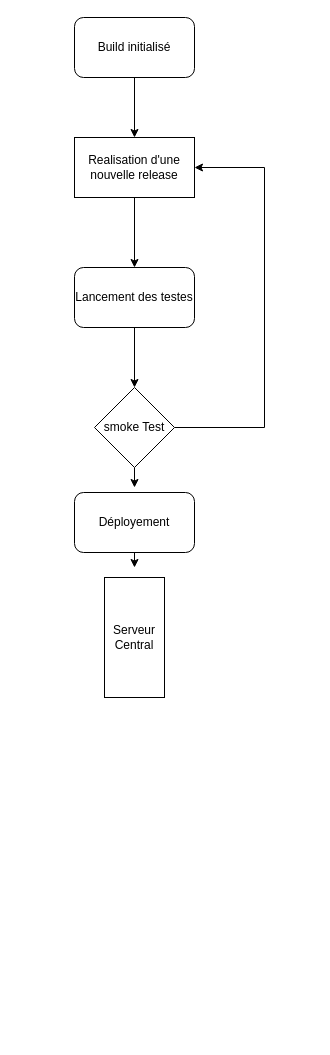
Earlier version of the draw.io diagram BuildExam.drawio (Devetik/Diagrammes). Source tidied: cells renumbered, new cells numbered last; positions are measured from the earlier drawing's top-left corner, leaving out a move shared by most shapes. Both pictures are drawn from the tidied source at 100%, with x=0, y=0 at pixel (74, 17).
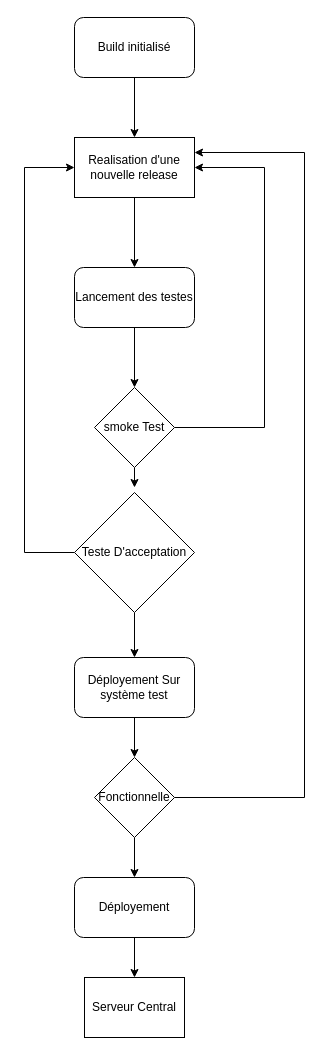
The same diagram, later.

Unchanged cells that the change refers to:
```xml
<mxCell id="6" value="Realisation d'une nouvelle release" style="rounded=0;whiteSpace=wrap;html=1;" parent="1" vertex="1">
  <mxGeometry y="120" width="120" height="60" as="geometry" />
</mxCell>
```

Diff of the diagram source:
```diff
@@
     <mxCell id="2" value="Serveur Central" style="rounded=0;whiteSpace=wrap;html=1;direction=south;" parent="1" vertex="1">
-      <mxGeometry x="30" y="560" width="60" height="120" as="geometry" />
+      <mxGeometry x="10" y="960" width="100" height="60" as="geometry" />
     </mxCell>
@@
-    <mxCell id="12" style="edgeStyle=orthogonalEdgeStyle;rounded=0;jettySize=auto;html=1;exitX=0.5;exitY=1;exitDx=0;exitDy=0;" parent="1" edge="1" source="13">
-      <mxGeometry relative="1" as="geometry">
-        <mxPoint x="60" y="550" as="targetPoint" />
-      </mxGeometry>
-    </mxCell>
+    <mxCell id="14" style="edgeStyle=orthogonalEdgeStyle;rounded=0;jettySize=auto;html=1;entryX=0.5;entryY=0;entryDx=0;entryDy=0;endArrow=classic;endFill=1;" parent="1" edge="1" source="13" target="20">
+      <mxGeometry relative="1" as="geometry" />
+    </mxCell>
-    <mxCell id="13" value="Déployement" style="rounded=1;whiteSpace=wrap;html=1;" parent="1" vertex="1">
-      <mxGeometry y="475" width="120" height="60" as="geometry" />
+    <mxCell id="13" value="Déployement Sur système test" style="rounded=1;whiteSpace=wrap;html=1;" parent="1" vertex="1">
+      <mxGeometry y="640" width="120" height="60" as="geometry" />
     </mxCell>
+    <mxCell id="15" style="edgeStyle=orthogonalEdgeStyle;rounded=0;jettySize=auto;html=1;" parent="1" edge="1" source="17" target="13">
+      <mxGeometry relative="1" as="geometry" />
+    </mxCell>
+    <mxCell id="16" style="edgeStyle=orthogonalEdgeStyle;rounded=0;jettySize=auto;html=1;entryX=0;entryY=0.5;entryDx=0;entryDy=0;endArrow=classic;endFill=1;" parent="1" edge="1" source="17" target="6">
+      <mxGeometry relative="1" as="geometry">
+        <Array as="points">
+          <mxPoint x="-50" y="535" />
+          <mxPoint x="-50" y="150" />
+        </Array>
+      </mxGeometry>
+    </mxCell>
+    <mxCell id="17" value="Teste D'acceptation" style="rhombus;whiteSpace=wrap;html=1;" parent="1" vertex="1">
+      <mxGeometry y="475" width="120" height="120" as="geometry" />
+    </mxCell>
+    <mxCell id="18" style="edgeStyle=orthogonalEdgeStyle;rounded=0;jettySize=auto;html=1;entryX=1;entryY=0.25;entryDx=0;entryDy=0;endArrow=classic;endFill=1;" parent="1" edge="1" source="20" target="6">
+      <mxGeometry relative="1" as="geometry">
+        <Array as="points">
+          <mxPoint x="230" y="780" />
+          <mxPoint x="230" y="135" />
+        </Array>
+      </mxGeometry>
+    </mxCell>
+    <mxCell id="19" style="edgeStyle=orthogonalEdgeStyle;rounded=0;jettySize=auto;html=1;exitX=0.5;exitY=1;exitDx=0;exitDy=0;entryX=0.5;entryY=0;entryDx=0;entryDy=0;endArrow=classic;endFill=1;" parent="1" edge="1" source="20" target="22">
+      <mxGeometry relative="1" as="geometry" />
+    </mxCell>
+    <mxCell id="20" value="Fonctionnelle" style="rhombus;whiteSpace=wrap;html=1;" parent="1" vertex="1">
+      <mxGeometry x="20" y="740" width="80" height="80" as="geometry" />
+    </mxCell>
+    <mxCell id="21" style="edgeStyle=orthogonalEdgeStyle;rounded=0;jettySize=auto;html=1;entryX=0;entryY=0.5;entryDx=0;entryDy=0;endArrow=classic;endFill=1;" parent="1" edge="1" source="22" target="2">
+      <mxGeometry relative="1" as="geometry" />
+    </mxCell>
+    <mxCell id="22" value="Déployement" style="rounded=1;whiteSpace=wrap;html=1;" parent="1" vertex="1">
+      <mxGeometry y="860" width="120" height="60" as="geometry" />
+    </mxCell>
```
